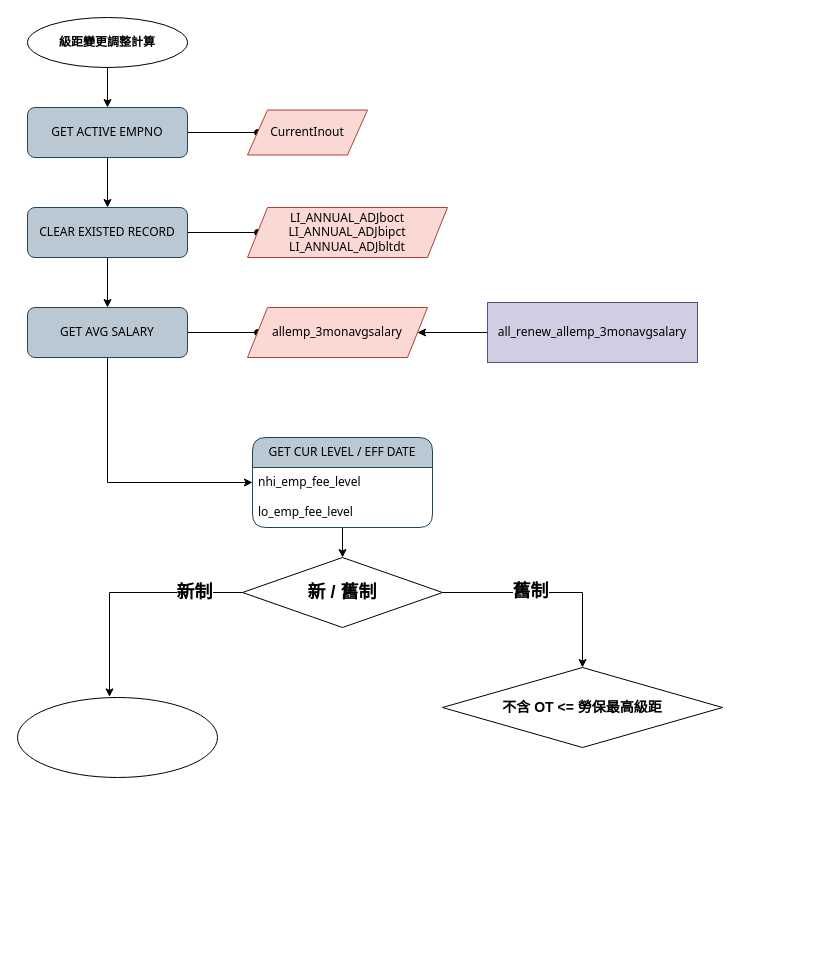
This is page "Main" (1 of 2) of 勞保級距調整.drawio from charlenelin0/Flow-Chart, a draw.io file, before an edit. Source tidied: cells renumbered, new cells numbered last; positions are measured from the earlier drawing's top-left corner, leaving out a move shared by most shapes. Both pictures are drawn from the tidied source at 100%, with x=0, y=0 at pixel (17, 17).
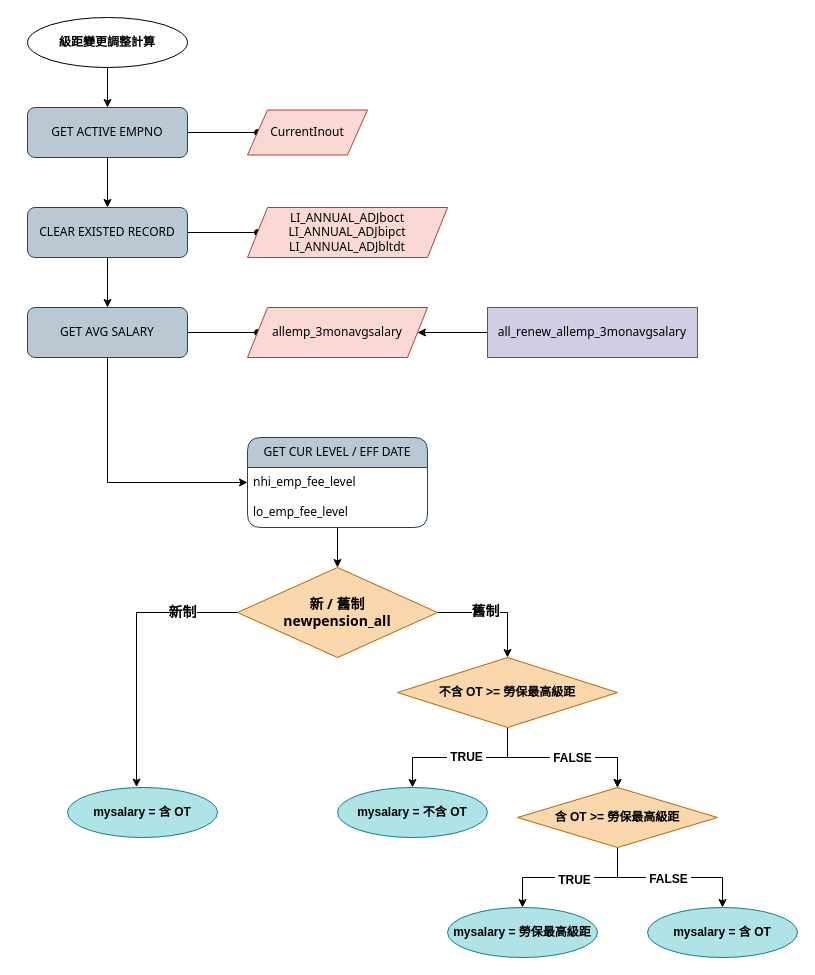
After the change.

Commit message (it also covers changes not shown here):
Update 勞保級距調整.drawio

The change refers to these unchanged cells:
```xml
<mxCell id="24" style="edgeStyle=orthogonalEdgeStyle;rounded=0;jettySize=auto;html=1;exitX=1;exitY=0.5;exitDx=0;exitDy=0;entryX=0.5;entryY=0;entryDx=0;entryDy=0;" parent="1" edge="1" source="26" target="27">
  <mxGeometry relative="1" as="geometry" />
</mxCell>
<mxCell id="29" style="edgeStyle=orthogonalEdgeStyle;rounded=0;jettySize=auto;html=1;entryX=0.46;entryY=-0.008;entryDx=0;entryDy=0;entryPerimeter=0;" parent="1" edge="1" source="26" target="28">
  <mxGeometry relative="1" as="geometry" />
</mxCell>
```

Change to the diagram source:
```diff
@@
     <mxCell id="18" value="&lt;font face=&quot;Tahoma&quot;&gt;GET CUR LEVEL / EFF DATE&lt;/font&gt;" style="swimlane;fontStyle=0;horizontal=1;startSize=30;whiteSpace=wrap;html=1;rounded=1;fillColor=#bac8d3;strokeColor=#23445d;" parent="1" vertex="1">
-      <mxGeometry x="235" y="420" width="180" height="90" as="geometry" />
+      <mxGeometry x="230" y="420" width="180" height="90" as="geometry" />
     </mxCell>
@@
     <mxCell id="23" value="&lt;span style=&quot;font-family: Tahoma;&quot;&gt;all_renew_allemp_3monavgsalary&lt;/span&gt;" style="rounded=0;whiteSpace=wrap;html=1;fillColor=#d0cee2;strokeColor=#56517e;" parent="1" vertex="1">
-      <mxGeometry x="470" y="285" width="210" height="60" as="geometry" />
+      <mxGeometry x="470" y="290" width="210" height="50" as="geometry" />
     </mxCell>
@@
-    <mxCell id="25" value="&lt;font style=&quot;font-size: 18px;&quot;&gt;&lt;b&gt;舊制&lt;/b&gt;&lt;/font&gt;" style="edgeLabel;html=1;align=center;verticalAlign=middle;" parent="24" vertex="1">
+    <mxCell id="25" value="&lt;font style=&quot;font-size: 14px;&quot;&gt;&lt;b style=&quot;&quot;&gt;舊制&lt;/b&gt;&lt;/font&gt;" style="edgeLabel;html=1;align=center;verticalAlign=middle;" parent="24" vertex="1">
       <mxGeometry x="-0.19" y="2" relative="1" as="geometry" />
     </mxCell>
-    <mxCell id="26" value="&lt;font style=&quot;font-size: 18px;&quot;&gt;&lt;b&gt;新 / 舊制&lt;/b&gt;&lt;/font&gt;" style="rhombus;whiteSpace=wrap;html=1;" parent="1" vertex="1">
-      <mxGeometry x="225" y="540" width="200" height="70" as="geometry" />
+    <mxCell id="26" value="&lt;font face=&quot;Tahoma&quot; style=&quot;font-size: 14px;&quot;&gt;&lt;font style=&quot;&quot;&gt;&lt;b style=&quot;&quot;&gt;新 / 舊制&lt;br&gt;&lt;/b&gt;&lt;/font&gt;&lt;b style=&quot;&quot;&gt;newpension_all&lt;/b&gt;&lt;/font&gt;" style="rhombus;whiteSpace=wrap;html=1;fillColor=#fad7ac;strokeColor=#b46504;" parent="1" vertex="1">
+      <mxGeometry x="220" y="550" width="200" height="90" as="geometry" />
     </mxCell>
+    <mxCell id="31" style="edgeStyle=orthogonalEdgeStyle;rounded=0;jettySize=auto;html=1;" parent="1" edge="1" source="27" target="40">
+      <mxGeometry relative="1" as="geometry" />
+    </mxCell>
+    <mxCell id="32" style="edgeStyle=orthogonalEdgeStyle;rounded=0;jettySize=auto;html=1;" parent="1" edge="1" source="27" target="40">
+      <mxGeometry relative="1" as="geometry" />
+    </mxCell>
+    <mxCell id="33" value="&lt;font style=&quot;font-size: 12px;&quot;&gt;&lt;b&gt;&amp;nbsp;FALSE&amp;nbsp;&lt;/b&gt;&lt;/font&gt;" style="edgeLabel;html=1;align=center;verticalAlign=middle;" parent="32" vertex="1">
+      <mxGeometry x="0.11" relative="1" as="geometry" />
+    </mxCell>
+    <mxCell id="34" style="edgeStyle=orthogonalEdgeStyle;rounded=0;jettySize=auto;html=1;entryX=0.5;entryY=0;entryDx=0;entryDy=0;" parent="1" edge="1" source="27" target="41">
+      <mxGeometry relative="1" as="geometry" />
+    </mxCell>
+    <mxCell id="35" value="&lt;font style=&quot;font-size: 12px;&quot;&gt;&lt;b&gt;&amp;nbsp;TRUE&amp;nbsp;&lt;/b&gt;&lt;/font&gt;" style="edgeLabel;html=1;align=center;verticalAlign=middle;" parent="34" vertex="1">
+      <mxGeometry x="-0.07" y="-1" relative="1" as="geometry" />
+    </mxCell>
-    <mxCell id="27" value="&lt;font style=&quot;font-size: 14px;&quot;&gt;&lt;b style=&quot;&quot;&gt;不含 OT &amp;lt;= 勞保最高級距&lt;/b&gt;&lt;/font&gt;" style="rhombus;whiteSpace=wrap;html=1;" parent="1" vertex="1">
-      <mxGeometry x="425" y="650" width="280" height="80" as="geometry" />
+    <mxCell id="27" value="&lt;font style=&quot;font-size: 12px;&quot;&gt;&lt;b style=&quot;&quot;&gt;不含 OT &amp;gt;= 勞保最高級距&lt;/b&gt;&lt;/font&gt;" style="rhombus;whiteSpace=wrap;html=1;fillColor=#fad7ac;strokeColor=#b46504;" parent="1" vertex="1">
+      <mxGeometry x="380" y="640" width="220" height="70" as="geometry" />
     </mxCell>
-    <mxCell id="28" style="ellipse;whiteSpace=wrap;html=1;" parent="1" vertex="1">
-      <mxGeometry y="680" width="200" height="80" as="geometry" />
+    <mxCell id="28" value="&lt;b&gt;mysalary = 含 OT&lt;/b&gt;" style="ellipse;whiteSpace=wrap;html=1;fillColor=#b0e3e6;strokeColor=#0e8088;" parent="1" vertex="1">
+      <mxGeometry x="50" y="770" width="150" height="50" as="geometry" />
     </mxCell>
@@
-    <mxCell id="30" value="&lt;font style=&quot;font-size: 18px;&quot;&gt;&lt;b&gt;新制&lt;/b&gt;&lt;/font&gt;" style="edgeLabel;html=1;align=center;verticalAlign=middle;" parent="29" vertex="1">
+    <mxCell id="30" value="&lt;font style=&quot;font-size: 14px;&quot;&gt;&lt;b style=&quot;&quot;&gt;新制&lt;/b&gt;&lt;/font&gt;" style="edgeLabel;html=1;align=center;verticalAlign=middle;" parent="29" vertex="1">
       <mxGeometry x="-0.59" y="-1" relative="1" as="geometry" />
     </mxCell>
+    <mxCell id="36" style="edgeStyle=orthogonalEdgeStyle;rounded=0;jettySize=auto;html=1;" parent="1" edge="1" source="40" target="42">
+      <mxGeometry relative="1" as="geometry" />
+    </mxCell>
+    <mxCell id="37" value="&lt;font style=&quot;font-size: 12px;&quot;&gt;&lt;b&gt;&amp;nbsp;TRUE&amp;nbsp;&lt;/b&gt;&lt;/font&gt;" style="edgeLabel;html=1;align=center;verticalAlign=middle;" parent="36" vertex="1">
+      <mxGeometry x="-0.04" y="2" relative="1" as="geometry" />
+    </mxCell>
+    <mxCell id="38" style="edgeStyle=orthogonalEdgeStyle;rounded=0;jettySize=auto;html=1;" parent="1" edge="1" source="40" target="43">
+      <mxGeometry relative="1" as="geometry" />
+    </mxCell>
+    <mxCell id="39" value="&lt;span style=&quot;font-size: 12px;&quot;&gt;&lt;b&gt;&amp;nbsp;FALSE&amp;nbsp;&lt;/b&gt;&lt;/span&gt;" style="edgeLabel;html=1;align=center;verticalAlign=middle;" parent="38" vertex="1">
+      <mxGeometry x="-0.03" y="2" relative="1" as="geometry">
+        <mxPoint y="3" as="offset" />
+      </mxGeometry>
+    </mxCell>
+    <mxCell id="40" value="&lt;font style=&quot;font-size: 12px;&quot;&gt;&lt;b style=&quot;&quot;&gt;含 OT &amp;gt;= 勞保最高級距&lt;/b&gt;&lt;/font&gt;" style="rhombus;whiteSpace=wrap;html=1;fillColor=#fad7ac;strokeColor=#b46504;" parent="1" vertex="1">
+      <mxGeometry x="500" y="770" width="200" height="60" as="geometry" />
+    </mxCell>
+    <mxCell id="41" value="&lt;font style=&quot;font-size: 12px;&quot;&gt;&lt;b&gt;mysalary =&amp;nbsp;不含 OT&lt;/b&gt;&lt;/font&gt;" style="ellipse;whiteSpace=wrap;html=1;fillColor=#b0e3e6;strokeColor=#0e8088;" parent="1" vertex="1">
+      <mxGeometry x="320" y="770" width="150" height="50" as="geometry" />
+    </mxCell>
+    <mxCell id="42" value="&lt;b&gt;mysalary =&amp;nbsp;&lt;/b&gt;&lt;b&gt;勞保最高級距&lt;/b&gt;" style="ellipse;whiteSpace=wrap;html=1;fillColor=#b0e3e6;strokeColor=#0e8088;" parent="1" vertex="1">
+      <mxGeometry x="430" y="890" width="150" height="50" as="geometry" />
+    </mxCell>
+    <mxCell id="43" value="&lt;b&gt;mysalary =&amp;nbsp;&lt;/b&gt;&lt;b&gt;含 OT&lt;/b&gt;" style="ellipse;whiteSpace=wrap;html=1;fillColor=#b0e3e6;strokeColor=#0e8088;" parent="1" vertex="1">
+      <mxGeometry x="630" y="890" width="150" height="50" as="geometry" />
+    </mxCell>
```
